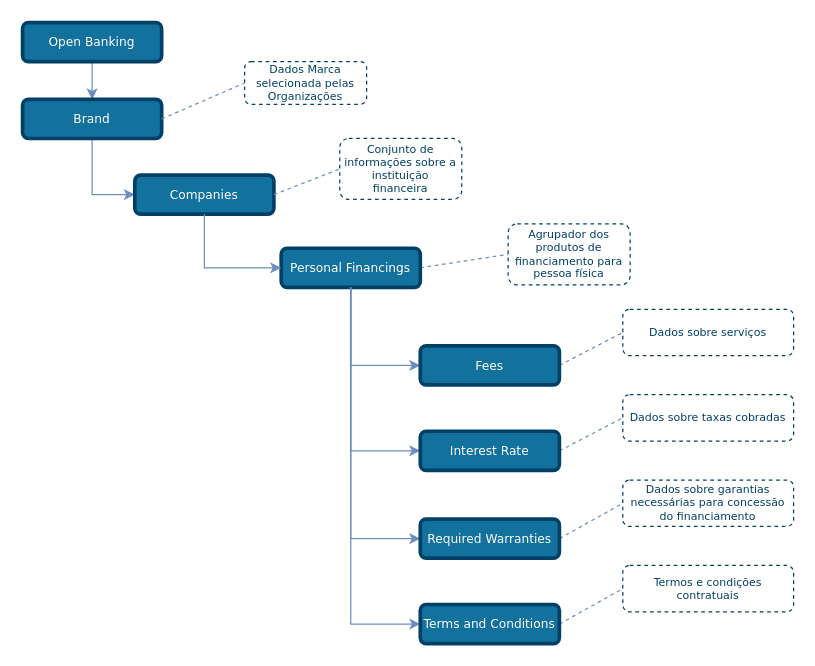
The draw.io diagram draw_io_diagrams/TLD_Personal_Financings_v1.drawio in OpenBanking-Brasil/areadesenvolvedor, before the edit. Source tidied: cells renumbered, new cells numbered last; positions are measured from the earlier drawing's top-left corner, leaving out a move shared by most shapes. Both pictures are drawn from the tidied source at 122%, with x=0, y=0 at pixel (22, 22).
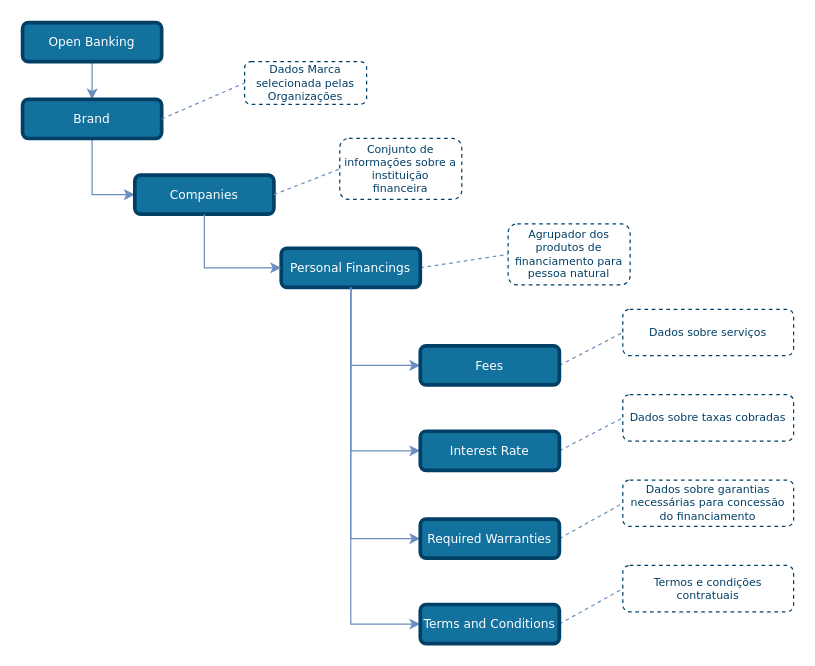
Above is the later version.

Commit message (it also covers changes not shown here):
alteração diagramas e fotos PN em produtos e serv

Change to the diagram source:
```diff
@@
-    <mxCell id="7" value="&lt;font style=&quot;font-size: 9px&quot;&gt;Agrupador dos produtos de financiamento para pessoa física&lt;/font&gt;" style="rounded=1;whiteSpace=wrap;html=1;shadow=0;comic=0;strokeColor=#003F66;strokeWidth=1;fillColor=#ffffff;fontFamily=Verdana;fontSize=9;fontColor=#003F66;dashed=1;spacingLeft=5;spacing=0;spacingRight=5;spacingBottom=5;spacingTop=5;align=center;verticalAlign=middle;gradientColor=#ffffff;" parent="1" vertex="1">
+    <mxCell id="7" value="&lt;font style=&quot;font-size: 9px&quot;&gt;Agrupador dos produtos de financiamento para pessoa natural&lt;/font&gt;" style="rounded=1;whiteSpace=wrap;html=1;shadow=0;comic=0;strokeColor=#003F66;strokeWidth=1;fillColor=#ffffff;fontFamily=Verdana;fontSize=9;fontColor=#003F66;dashed=1;spacingLeft=5;spacing=0;spacingRight=5;spacingBottom=5;spacingTop=5;align=center;verticalAlign=middle;gradientColor=#ffffff;" parent="1" vertex="1">
       <mxGeometry x="398" y="165" width="100" height="50" as="geometry" />
     </mxCell>
```
